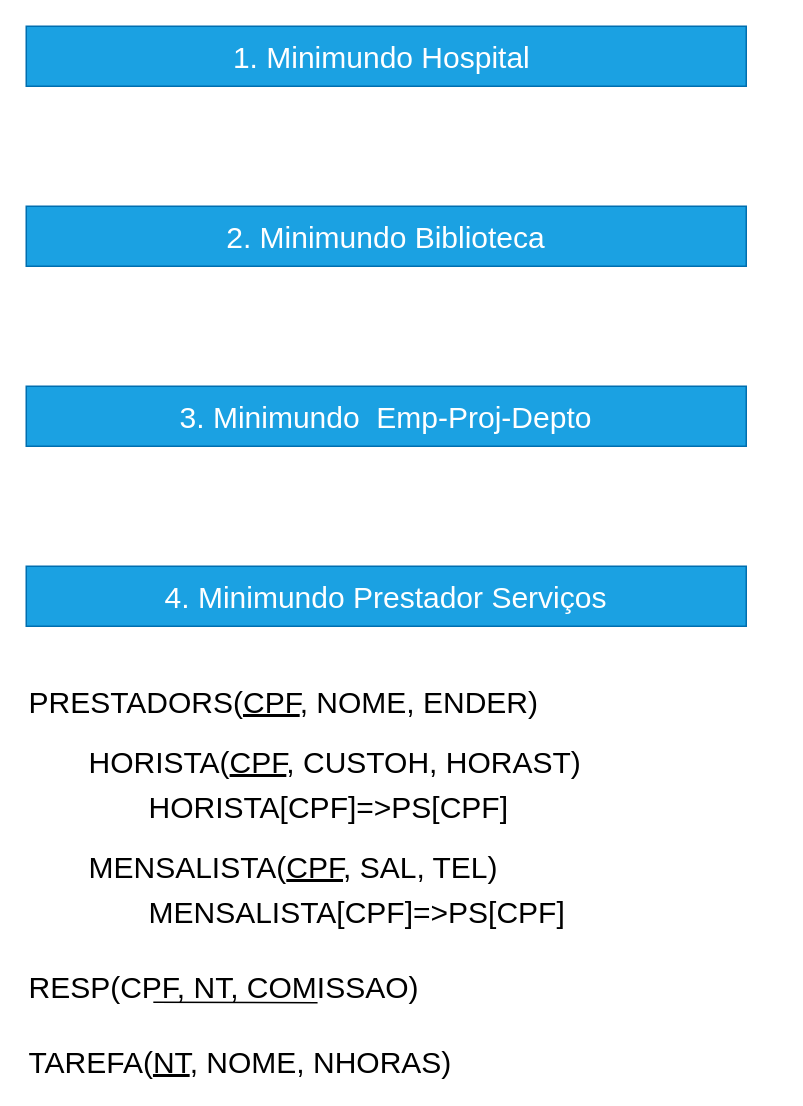
The draw.io diagram ECD_MBD_Entrega3.drawio in cesarac666/diagrams, before the edit. Source tidied: cells renumbered, new cells numbered last; positions are measured from the earlier drawing's top-left corner, leaving out a move shared by most shapes. Both pictures are drawn from the tidied source at 150%, with x=0, y=0 at pixel (26, 26).
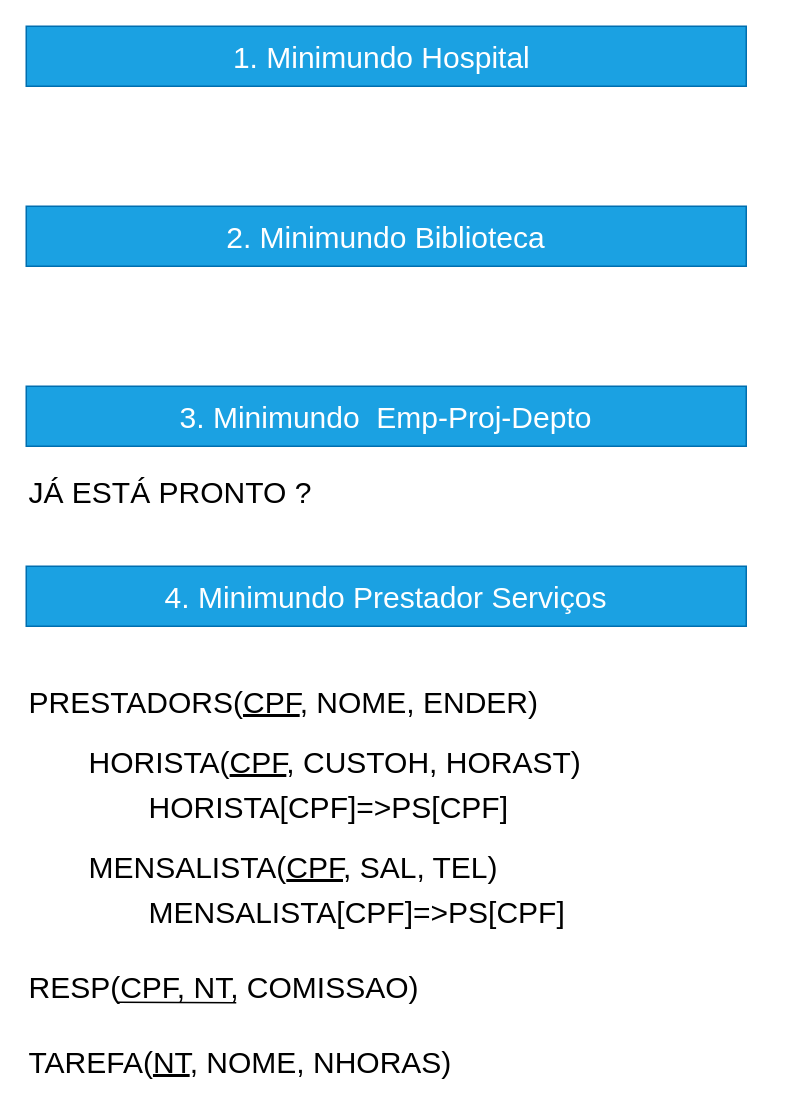
The same page after the edit.

The edit, as a diff of the source:
```diff
@@
 <mxGraphModel>
   <root>
     <mxCell id="0" />
     <mxCell id="1" parent="0" />
     <mxCell id="2" value="1. Minimundo Hospital&amp;nbsp;" style="text;html=1;strokeColor=#006EAF;fillColor=#1ba1e2;align=center;verticalAlign=middle;whiteSpace=wrap;rounded=0;fontColor=#ffffff;fontSize=20;" parent="1" vertex="1">
       <mxGeometry width="480" height="40" as="geometry" />
     </mxCell>
     <mxCell id="3" value="2. Minimundo Biblioteca" style="text;html=1;strokeColor=#006EAF;fillColor=#1ba1e2;align=center;verticalAlign=middle;whiteSpace=wrap;rounded=0;fontColor=#ffffff;fontSize=20;" parent="1" vertex="1">
       <mxGeometry y="120" width="480" height="40" as="geometry" />
     </mxCell>
     <mxCell id="4" value="3. Minimundo&amp;nbsp; Emp-Proj-Depto" style="text;html=1;strokeColor=#006EAF;fillColor=#1ba1e2;align=center;verticalAlign=middle;whiteSpace=wrap;rounded=0;fontColor=#ffffff;fontSize=20;" parent="1" vertex="1">
       <mxGeometry y="240" width="480" height="40" as="geometry" />
     </mxCell>
     <mxCell id="5" value="4. Minimundo Prestador Serviços" style="text;html=1;strokeColor=#006EAF;fillColor=#1ba1e2;align=center;verticalAlign=middle;whiteSpace=wrap;rounded=0;fontColor=#ffffff;fontSize=20;" parent="1" vertex="1">
       <mxGeometry y="360" width="480" height="40" as="geometry" />
     </mxCell>
     <mxCell id="6" value="PRESTADORS(&lt;u&gt;CPF&lt;/u&gt;, NOME, ENDER)" style="text;html=1;strokeColor=none;fillColor=none;align=left;verticalAlign=middle;whiteSpace=wrap;rounded=0;fontSize=20;" parent="1" vertex="1">
       <mxGeometry y="440" width="500" height="20" as="geometry" />
     </mxCell>
     <mxCell id="7" value="HORISTA(&lt;u&gt;CPF&lt;/u&gt;, CUSTOH, HORAST)" style="text;html=1;strokeColor=none;fillColor=none;align=left;verticalAlign=middle;whiteSpace=wrap;rounded=0;fontSize=20;" parent="1" vertex="1">
       <mxGeometry x="40" y="480" width="440" height="20" as="geometry" />
     </mxCell>
     <mxCell id="8" value="MENSALISTA(&lt;u&gt;CPF&lt;/u&gt;, SAL, TEL)" style="text;html=1;strokeColor=none;fillColor=none;align=left;verticalAlign=middle;whiteSpace=wrap;rounded=0;fontSize=20;" parent="1" vertex="1">
       <mxGeometry x="40" y="550" width="310" height="20" as="geometry" />
     </mxCell>
     <mxCell id="9" value="TAREFA(&lt;u&gt;NT&lt;/u&gt;, NOME, NHORAS)" style="text;html=1;strokeColor=none;fillColor=none;align=left;verticalAlign=middle;whiteSpace=wrap;rounded=0;fontSize=20;" parent="1" vertex="1">
       <mxGeometry y="680" width="430" height="20" as="geometry" />
     </mxCell>
     <mxCell id="10" style="group;" parent="1" vertex="1">
-      <mxGeometry y="630" width="430" height="21" as="geometry" />
+      <mxGeometry y="630" width="310" height="21" as="geometry" />
     </mxCell>
     <mxCell id="11" value="RESP(CPF, NT, COMISSAO)" style="text;html=1;strokeColor=none;fillColor=none;align=left;verticalAlign=middle;whiteSpace=wrap;rounded=0;fontSize=20;" parent="10" vertex="1">
-      <mxGeometry width="430" height="20" as="geometry" />
+      <mxGeometry width="310" height="20" as="geometry" />
     </mxCell>
     <mxCell id="12" style="endArrow=none;html=1;fontSize=20;entryX=0.197;entryY=1.03;entryDx=0;entryDy=0;entryPerimeter=0;" parent="10" edge="1" target="11">
       <mxGeometry relative="1" as="geometry">
-        <mxPoint x="194.2" y="21" as="sourcePoint" />
+        <mxPoint x="140" y="21" as="sourcePoint" />
       </mxGeometry>
     </mxCell>
     <mxCell id="13" value="HORISTA[CPF]=&amp;gt;PS[CPF]" style="text;html=1;strokeColor=none;fillColor=none;align=left;verticalAlign=middle;whiteSpace=wrap;rounded=0;fontSize=20;" parent="1" vertex="1">
       <mxGeometry x="80" y="510" width="350" height="20" as="geometry" />
     </mxCell>
     <mxCell id="14" value="MENSALISTA[CPF]=&amp;gt;PS[CPF]" style="text;html=1;strokeColor=none;fillColor=none;align=left;verticalAlign=middle;whiteSpace=wrap;rounded=0;fontSize=20;" parent="1" vertex="1">
       <mxGeometry x="80" y="580" width="350" height="20" as="geometry" />
     </mxCell>
+    <mxCell id="15" value="JÁ ESTÁ PRONTO ?" style="text;html=1;strokeColor=none;fillColor=none;align=left;verticalAlign=middle;whiteSpace=wrap;rounded=0;fontSize=20;" parent="1" vertex="1">
+      <mxGeometry y="300" width="330" height="20" as="geometry" />
+    </mxCell>
   </root>
 </mxGraphModel>
```
